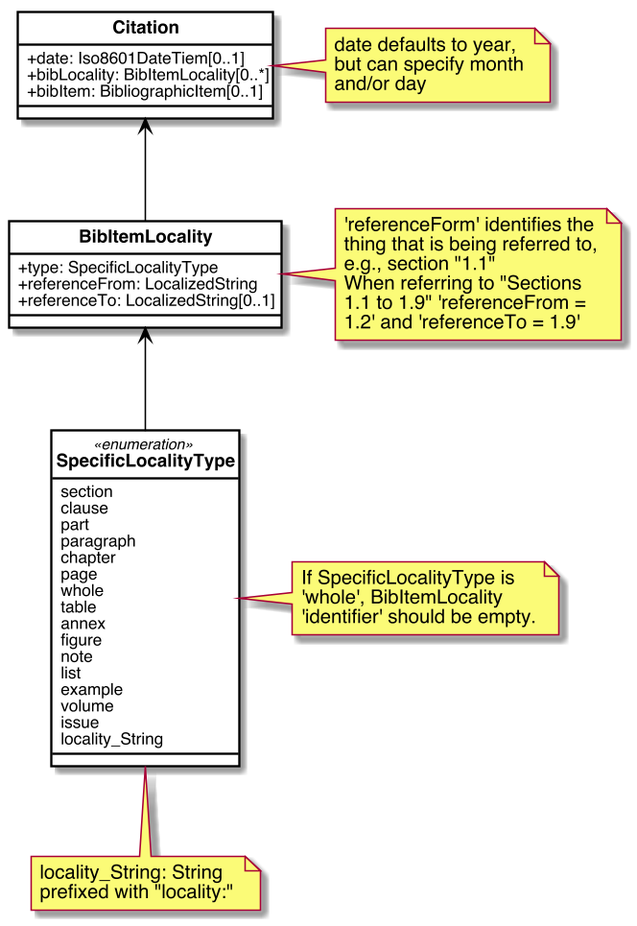
Earlier version of the PlantUML export images/RelBib_Citation.png (relaton/relaton-models).
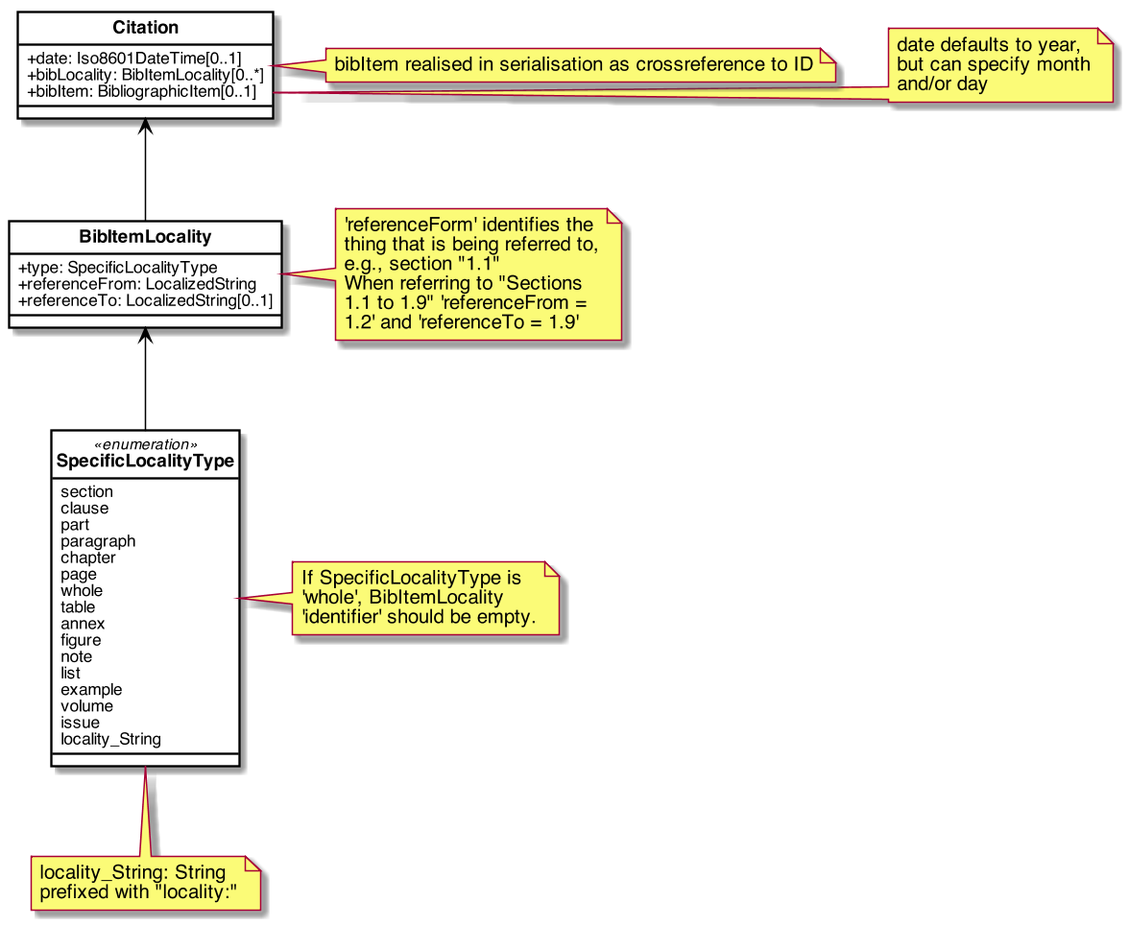
Later version of the same file.

Change to the diagram source:
```diff
@@ -42,7 +42,7 @@
 
 
 class Citation {
-    +date: Iso8601DateTiem[0..1]
+    +date: Iso8601DateTime[0..1]
     +bibLocality: BibItemLocality[0..*]
     +bibItem: BibliographicItem[0..1]
 }
@@ -73,6 +73,7 @@
 }
 
 note right of Citation: date defaults to year,\nbut can specify month\nand/or day
+note right of Citation: bibItem realised in serialisation as crossreference to ID
 note right of BibItemLocality: 'referenceForm' identifies the\nthing that is being referred to,\ne.g., section "1.1"\nWhen referring to "Sections\n1.1 to 1.9" 'referenceFrom = \n1.2' and 'referenceTo = 1.9'
 note right of SpecificLocalityType: If SpecificLocalityType is\n'whole', BibItemLocality\n'identifier' should be empty.
 note bottom of SpecificLocalityType: locality_String: String\nprefixed with "locality:"
```
